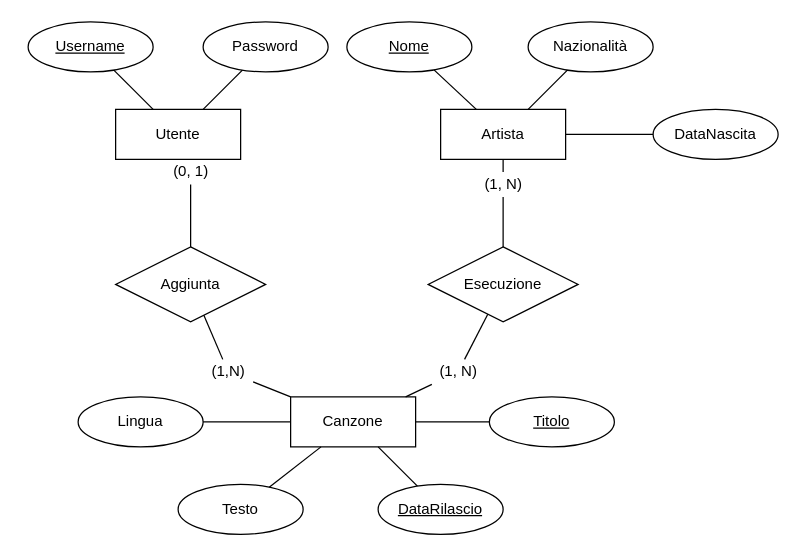
The draw.io diagram Schemi/ER.drawio in M2Max/Lyrics, before the edit. Source tidied: cells renumbered, new cells numbered last; positions are measured from the earlier drawing's top-left corner, leaving out a move shared by most shapes. Both pictures are drawn from the tidied source at 125%, with x=0, y=0 at pixel (28, 21).
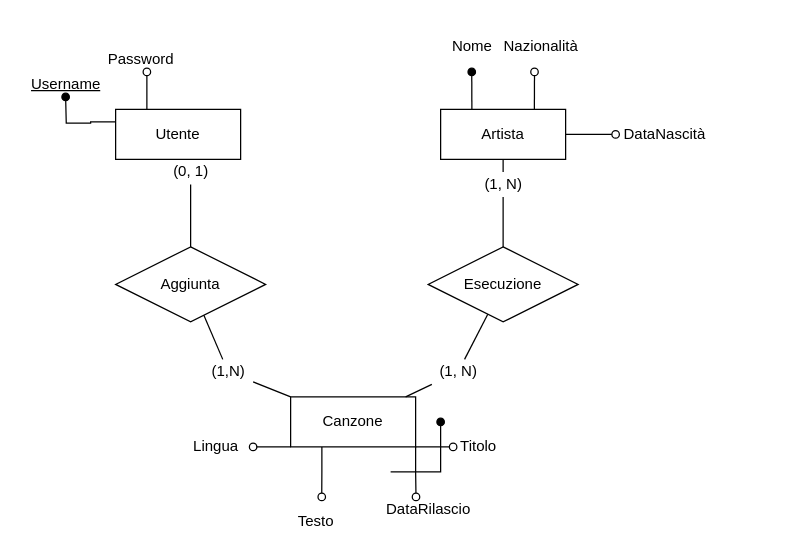
After the change.

Unchanged cells that the change refers to:
```xml
<mxCell id="3" value="Utente" style="whiteSpace=wrap;html=1;align=center;" parent="1" vertex="1">
  <mxGeometry x="70" y="70" width="100" height="40" as="geometry" />
</mxCell>
<mxCell id="8" value="Artista" style="whiteSpace=wrap;html=1;align=center;" parent="1" vertex="1">
  <mxGeometry x="330" y="70" width="100" height="40" as="geometry" />
</mxCell>
<mxCell id="9" value="Canzone" style="whiteSpace=wrap;html=1;align=center;" parent="1" vertex="1">
  <mxGeometry x="210" y="300" width="100" height="40" as="geometry" />
</mxCell>
```

Diff of the diagram source:
```diff
@@
+    <mxCell id="37" style="edgeStyle=orthogonalEdgeStyle;rounded=0;jettySize=auto;html=1;exitX=0;exitY=0.25;exitDx=0;exitDy=0;endArrow=oval;endFill=1;" parent="1" edge="1" source="3">
+      <mxGeometry relative="1" as="geometry">
+        <mxPoint x="30" y="60" as="targetPoint" />
+      </mxGeometry>
+    </mxCell>
+    <mxCell id="38" style="edgeStyle=orthogonalEdgeStyle;rounded=0;jettySize=auto;html=1;exitX=0.25;exitY=0;exitDx=0;exitDy=0;endArrow=oval;endFill=0;" parent="1" edge="1" source="3">
+      <mxGeometry relative="1" as="geometry">
+        <mxPoint x="95" y="40" as="targetPoint" />
+      </mxGeometry>
+    </mxCell>
@@
-    <mxCell id="4" value="&lt;u&gt;Username&lt;/u&gt;" style="ellipse;whiteSpace=wrap;html=1;align=center;" parent="1" vertex="1">
-      <mxGeometry width="100" height="40" as="geometry" />
-    </mxCell>
-    <mxCell id="5" style="endArrow=none;html=1;rounded=0;" parent="1" edge="1" source="3" target="4">
-      <mxGeometry relative="1" as="geometry" />
-    </mxCell>
-    <mxCell id="6" value="Password" style="ellipse;whiteSpace=wrap;html=1;align=center;" parent="1" vertex="1">
-      <mxGeometry x="140" width="100" height="40" as="geometry" />
-    </mxCell>
-    <mxCell id="7" style="endArrow=none;html=1;rounded=0;" parent="1" edge="1" source="3" target="6">
-      <mxGeometry relative="1" as="geometry" />
-    </mxCell>
+    <mxCell id="39" style="edgeStyle=orthogonalEdgeStyle;rounded=0;jettySize=auto;html=1;exitX=0.25;exitY=0;exitDx=0;exitDy=0;endArrow=oval;endFill=1;" parent="1" edge="1" source="8">
+      <mxGeometry relative="1" as="geometry">
+        <mxPoint x="354.9" y="40" as="targetPoint" />
+      </mxGeometry>
+    </mxCell>
+    <mxCell id="40" style="edgeStyle=orthogonalEdgeStyle;rounded=0;jettySize=auto;html=1;exitX=0.75;exitY=0;exitDx=0;exitDy=0;endArrow=oval;endFill=0;" parent="1" edge="1" source="8">
+      <mxGeometry relative="1" as="geometry">
+        <mxPoint x="405.1" y="40" as="targetPoint" />
+      </mxGeometry>
+    </mxCell>
+    <mxCell id="41" style="edgeStyle=orthogonalEdgeStyle;rounded=0;jettySize=auto;html=1;exitX=1;exitY=0.5;exitDx=0;exitDy=0;endArrow=oval;endFill=0;" parent="1" edge="1" source="8">
+      <mxGeometry relative="1" as="geometry">
+        <mxPoint x="470" y="90" as="targetPoint" />
+      </mxGeometry>
+    </mxCell>
@@
+    <mxCell id="42" style="edgeStyle=orthogonalEdgeStyle;rounded=0;jettySize=auto;html=1;exitX=0.25;exitY=1;exitDx=0;exitDy=0;endArrow=oval;endFill=0;" parent="1" edge="1" source="9">
+      <mxGeometry relative="1" as="geometry">
+        <mxPoint x="234.9" y="380" as="targetPoint" />
+      </mxGeometry>
+    </mxCell>
+    <mxCell id="43" style="edgeStyle=orthogonalEdgeStyle;rounded=0;jettySize=auto;html=1;exitX=1;exitY=1;exitDx=0;exitDy=0;endArrow=oval;endFill=0;" parent="1" edge="1" source="9">
+      <mxGeometry relative="1" as="geometry">
+        <mxPoint x="310.3" y="380" as="targetPoint" />
+      </mxGeometry>
+    </mxCell>
+    <mxCell id="44" style="edgeStyle=orthogonalEdgeStyle;rounded=0;jettySize=auto;html=1;exitX=1;exitY=1;exitDx=0;exitDy=0;endArrow=oval;endFill=0;" parent="1" edge="1" source="9">
+      <mxGeometry relative="1" as="geometry">
+        <mxPoint x="340" y="340.3" as="targetPoint" />
+      </mxGeometry>
+    </mxCell>
+    <mxCell id="45" style="edgeStyle=orthogonalEdgeStyle;rounded=0;jettySize=auto;html=1;exitX=0;exitY=1;exitDx=0;exitDy=0;endArrow=oval;endFill=0;" parent="1" edge="1" source="9">
+      <mxGeometry relative="1" as="geometry">
+        <mxPoint x="180" y="340.3" as="targetPoint" />
+      </mxGeometry>
+    </mxCell>
@@
-    <mxCell id="10" style="endArrow=none;html=1;rounded=0;" parent="1" edge="1" source="9" target="34">
-      <mxGeometry relative="1" as="geometry" />
-    </mxCell>
-    <mxCell id="11" value="&lt;u&gt;DataRilascio&lt;/u&gt;" style="ellipse;whiteSpace=wrap;html=1;align=center;" parent="1" vertex="1">
-      <mxGeometry x="280" y="370" width="100" height="40" as="geometry" />
-    </mxCell>
-    <mxCell id="12" style="endArrow=none;html=1;rounded=0;" parent="1" edge="1" source="9" target="11">
-      <mxGeometry relative="1" as="geometry" />
-    </mxCell>
-    <mxCell id="13" value="Testo" style="ellipse;whiteSpace=wrap;html=1;align=center;" parent="1" vertex="1">
-      <mxGeometry x="120" y="370" width="100" height="40" as="geometry" />
-    </mxCell>
-    <mxCell id="14" style="endArrow=none;html=1;rounded=0;" parent="1" edge="1" source="9" target="13">
-      <mxGeometry relative="1" as="geometry" />
-    </mxCell>
@@
-    <mxCell id="17" value="&lt;u&gt;Nome&lt;/u&gt;" style="ellipse;whiteSpace=wrap;html=1;align=center;" parent="1" vertex="1">
-      <mxGeometry x="255" width="100" height="40" as="geometry" />
-    </mxCell>
-    <mxCell id="18" style="endArrow=none;html=1;rounded=0;" parent="1" edge="1" source="8" target="17">
-      <mxGeometry relative="1" as="geometry" />
-    </mxCell>
-    <mxCell id="19" value="Nazionalità" style="ellipse;whiteSpace=wrap;html=1;align=center;" parent="1" vertex="1">
-      <mxGeometry x="400" width="100" height="40" as="geometry" />
-    </mxCell>
-    <mxCell id="20" style="endArrow=none;html=1;rounded=0;" parent="1" edge="1" source="8" target="19">
-      <mxGeometry relative="1" as="geometry" />
-    </mxCell>
-    <mxCell id="21" value="Lingua" style="ellipse;whiteSpace=wrap;html=1;align=center;" parent="1" vertex="1">
-      <mxGeometry x="40" y="300" width="100" height="40" as="geometry" />
-    </mxCell>
-    <mxCell id="22" style="endArrow=none;html=1;rounded=0;" parent="1" edge="1" source="9" target="21">
-      <mxGeometry relative="1" as="geometry" />
-    </mxCell>
@@
+    <mxCell id="4" value="&lt;u style=&quot;&quot;&gt;Username&lt;/u&gt;" style="text;html=1;align=center;verticalAlign=middle;points=[];strokeColor=none;fillColor=none;" parent="1" vertex="1">
+      <mxGeometry x="-5" y="40" width="70" height="20" as="geometry" />
+    </mxCell>
+    <mxCell id="6" value="Password&lt;br&gt;" style="text;html=1;align=center;verticalAlign=middle;points=[];strokeColor=none;fillColor=none;" parent="1" vertex="1">
+      <mxGeometry x="55" y="20" width="70" height="20" as="geometry" />
+    </mxCell>
+    <mxCell id="17" value="Nome" style="text;html=1;align=center;verticalAlign=middle;points=[];strokeColor=none;fillColor=none;" parent="1" vertex="1">
+      <mxGeometry x="330" y="10" width="50" height="20" as="geometry" />
+    </mxCell>
+    <mxCell id="19" value="Nazionalità" style="text;html=1;align=center;verticalAlign=middle;points=[];strokeColor=none;fillColor=none;" parent="1" vertex="1">
+      <mxGeometry x="370" y="10" width="80" height="20" as="geometry" />
+    </mxCell>
+    <mxCell id="46" value="DataNascità" style="text;html=1;align=center;verticalAlign=middle;strokeColor=none;fillColor=none;" parent="1" vertex="1">
+      <mxGeometry x="469" y="80" width="80" height="20" as="geometry" />
+    </mxCell>
+    <mxCell id="13" value="Testo" style="text;html=1;align=center;verticalAlign=middle;points=[];strokeColor=none;fillColor=none;" parent="1" vertex="1">
+      <mxGeometry x="210" y="390" width="40" height="20" as="geometry" />
+    </mxCell>
+    <mxCell id="11" value="DataRilascio" style="text;html=1;align=center;verticalAlign=middle;points=[];strokeColor=none;fillColor=none;" parent="1" vertex="1">
+      <mxGeometry x="280" y="380" width="80" height="20" as="geometry" />
+    </mxCell>
-    <mxCell id="34" value="Titolo" style="ellipse;whiteSpace=wrap;html=1;align=center;fontStyle=4;" parent="1" vertex="1">
-      <mxGeometry x="369" y="300" width="100" height="40" as="geometry" />
+    <mxCell id="34" value="Titolo" style="text;html=1;align=center;verticalAlign=middle;points=[];strokeColor=none;fillColor=none;" parent="1" vertex="1">
+      <mxGeometry x="340" y="330" width="40" height="20" as="geometry" />
     </mxCell>
-    <mxCell id="35" style="endArrow=none;html=1;rounded=0;fontFamily=Helvetica;fontSize=11;fontColor=default;align=center;strokeColor=default;edgeStyle=orthogonalEdgeStyle;" parent="1" edge="1" source="36" target="8">
-      <mxGeometry relative="1" as="geometry" />
-    </mxCell>
-    <mxCell id="36" value="DataNascita" style="ellipse;whiteSpace=wrap;html=1;align=center;" parent="1" vertex="1">
-      <mxGeometry x="500" y="70" width="100" height="40" as="geometry" />
-    </mxCell>
+    <mxCell id="47" style="endArrow=oval;html=1;rounded=0;endFill=1;" parent="1" edge="1">
+      <mxGeometry relative="1" as="geometry">
+        <mxPoint x="290" y="360" as="sourcePoint" />
+        <mxPoint x="330" y="320" as="targetPoint" />
+        <Array as="points">
+          <mxPoint x="330" y="360" />
+        </Array>
+      </mxGeometry>
+    </mxCell>
+    <mxCell id="21" value="Lingua" style="text;html=1;align=center;verticalAlign=middle;points=[];strokeColor=none;fillColor=none;" parent="1" vertex="1">
+      <mxGeometry x="125" y="330" width="50" height="20" as="geometry" />
+    </mxCell>
```
